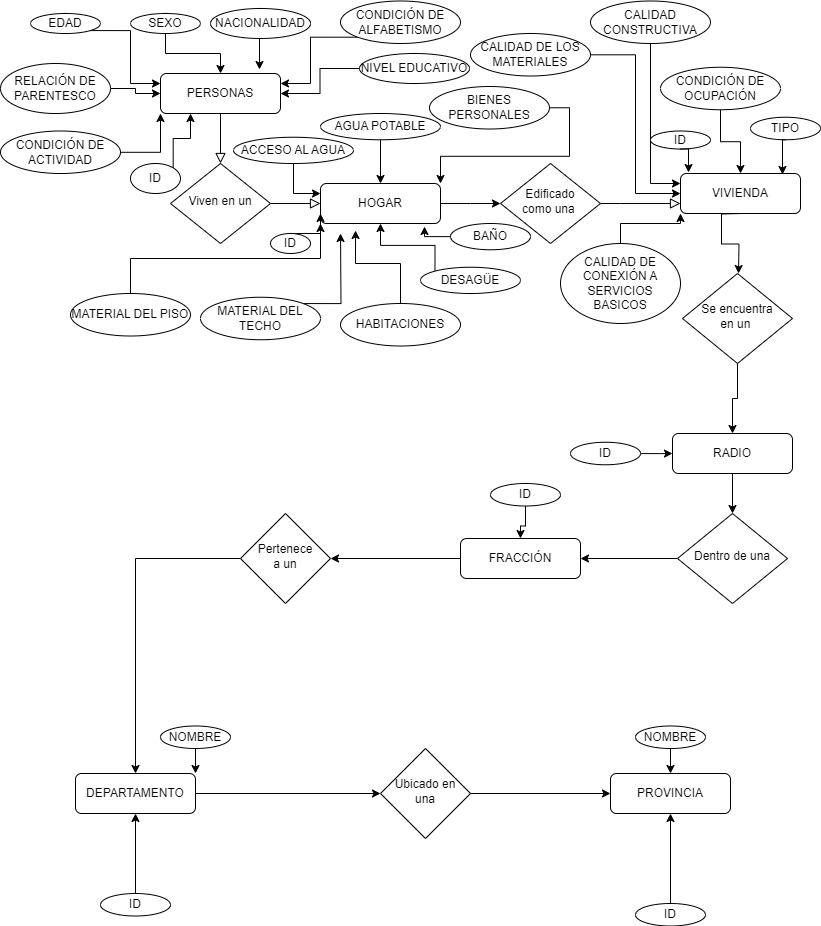
Above: Diagrama Entidad-Relación 2.drawio.png in GuidoLagana/TRABAJOMET4OP (draw.io), before the change. Source tidied: cells renumbered, new cells last; positions are measured from the earlier drawing's top-left corner, leaving out a move shared by most shapes.
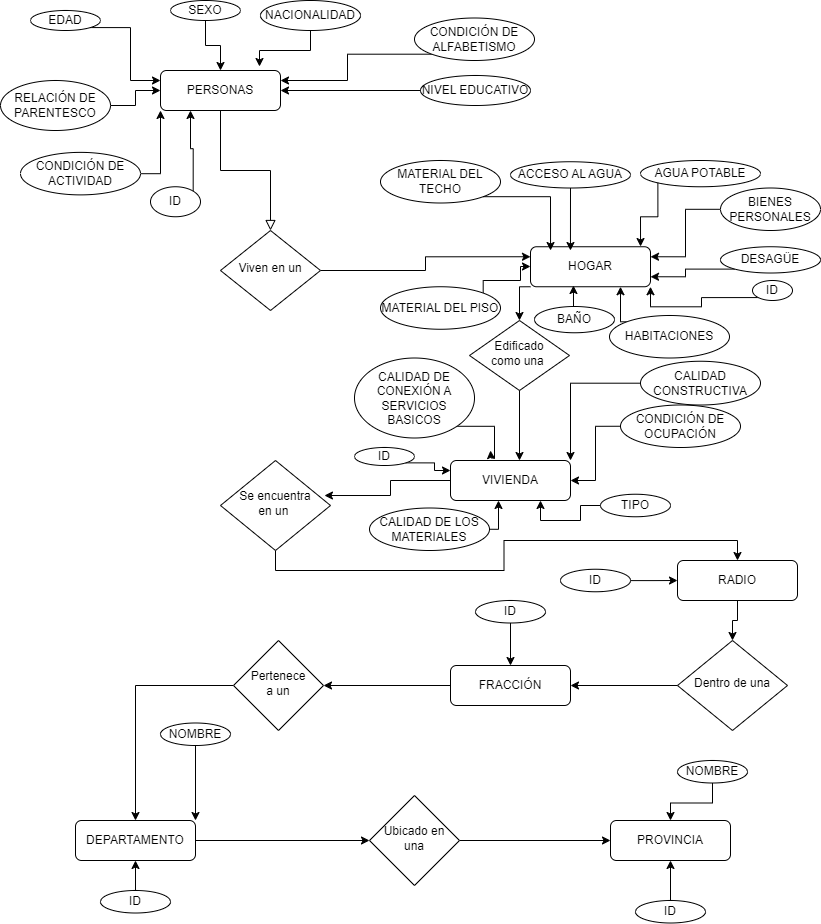
The same diagram one commit later.

What changed in the source:
```diff
@@ -10,35 +10,19 @@
     </mxCell>
-    <mxCell id="4" style="edgeStyle=orthogonalEdgeStyle;rounded=0;html=1;jettySize=auto;fontSize=11;endArrow=block;endFill=0;endSize=8;strokeWidth=1;shadow=0;labelBackgroundColor=none;" parent="1" edge="1" source="5" target="7">
-      <mxGeometry x="0.2" y="40" relative="1" as="geometry" />
+    <mxCell id="4" style="edgeStyle=orthogonalEdgeStyle;rounded=0;jettySize=auto;html=1;exitX=1;exitY=0.5;exitDx=0;exitDy=0;entryX=0;entryY=0.25;entryDx=0;entryDy=0;" parent="1" edge="1" source="5" target="7">
+      <mxGeometry relative="1" as="geometry" />
     </mxCell>
     <mxCell id="5" value="Viven en un" style="rhombus;whiteSpace=wrap;html=1;shadow=0;fontFamily=Helvetica;fontSize=12;align=center;strokeWidth=1;spacing=6;spacingTop=-4;" parent="1" vertex="1">
-      <mxGeometry x="170" y="162" width="100" height="80" as="geometry" />
+      <mxGeometry x="220" y="232" width="100" height="80" as="geometry" />
     </mxCell>
-    <mxCell id="6" style="edgeStyle=orthogonalEdgeStyle;rounded=0;jettySize=auto;html=1;exitX=1;exitY=0.5;exitDx=0;exitDy=0;" parent="1" edge="1" source="7">
-      <mxGeometry relative="1" as="geometry">
-        <mxPoint x="500" y="202" as="targetPoint" />
-      </mxGeometry>
-    </mxCell>
+    <mxCell id="85" style="edgeStyle=orthogonalEdgeStyle;rounded=0;jettySize=auto;html=1;exitX=0;exitY=1;exitDx=0;exitDy=0;entryX=0.5;entryY=0;entryDx=0;entryDy=0;" parent="1" edge="1" source="7" target="9">
+      <mxGeometry relative="1" as="geometry" />
+    </mxCell>
     <mxCell id="7" value="HOGAR" style="rounded=1;whiteSpace=wrap;html=1;fontSize=12;glass=0;strokeWidth=1;shadow=0;" parent="1" vertex="1">
-      <mxGeometry x="320" y="182" width="120" height="40" as="geometry" />
+      <mxGeometry x="530" y="248.2" width="120" height="40" as="geometry" />
     </mxCell>
-    <mxCell id="8" style="edgeStyle=orthogonalEdgeStyle;rounded=0;html=1;jettySize=auto;fontSize=11;endArrow=block;endFill=0;endSize=8;strokeWidth=1;shadow=0;labelBackgroundColor=none;" parent="1" edge="1" source="9" target="11">
-      <mxGeometry y="10" relative="1" as="geometry">
-        <Array as="points">
-          <mxPoint x="620" y="202" />
-          <mxPoint x="620" y="202" />
-        </Array>
-      </mxGeometry>
-    </mxCell>
     <mxCell id="9" value="&lt;font style=&quot;font-size: 12px;&quot;&gt;Edificado &lt;br&gt;como una&amp;nbsp;&lt;/font&gt;" style="rhombus;whiteSpace=wrap;html=1;shadow=0;fontFamily=Helvetica;fontSize=12;align=center;strokeWidth=1;spacing=6;spacingTop=-4;" parent="1" vertex="1">
-      <mxGeometry x="500" y="162" width="100" height="80" as="geometry" />
+      <mxGeometry x="469" y="322" width="100" height="70" as="geometry" />
     </mxCell>
-    <mxCell id="10" style="edgeStyle=orthogonalEdgeStyle;rounded=0;orthogonalLoop=1;jettySize=auto;html=1;exitX=0.5;exitY=1;exitDx=0;exitDy=0;" parent="1" edge="1">
-      <mxGeometry relative="1" as="geometry">
-        <mxPoint x="741" y="212" as="sourcePoint" />
-        <mxPoint x="738" y="272" as="targetPoint" />
-      </mxGeometry>
-    </mxCell>
     <mxCell id="11" value="VIVIENDA" style="rounded=1;whiteSpace=wrap;html=1;fontSize=12;glass=0;strokeWidth=1;shadow=0;" parent="1" vertex="1">
-      <mxGeometry x="680" y="172" width="120" height="40" as="geometry" />
+      <mxGeometry x="450" y="462" width="120" height="40" as="geometry" />
     </mxCell>
@@ -48,3 +32,3 @@
     <mxCell id="13" value="Se encuentra &lt;br&gt;en un&amp;nbsp;" style="rhombus;whiteSpace=wrap;html=1;shadow=0;fontFamily=Helvetica;fontSize=12;align=center;strokeWidth=1;spacing=6;spacingTop=-4;" parent="1" vertex="1">
-      <mxGeometry x="682" y="272" width="110" height="90" as="geometry" />
+      <mxGeometry x="220" y="462" width="110" height="90" as="geometry" />
     </mxCell>
@@ -54,3 +38,3 @@
     <mxCell id="15" value="RADIO" style="rounded=1;whiteSpace=wrap;html=1;fontSize=12;glass=0;strokeWidth=1;shadow=0;" parent="1" vertex="1">
-      <mxGeometry x="672" y="432" width="120" height="40" as="geometry" />
+      <mxGeometry x="677" y="562" width="120" height="40" as="geometry" />
     </mxCell>
@@ -60,3 +44,3 @@
     <mxCell id="17" value="Dentro de una" style="rhombus;whiteSpace=wrap;html=1;shadow=0;fontFamily=Helvetica;fontSize=12;align=center;strokeWidth=1;spacing=6;spacingTop=-4;" parent="1" vertex="1">
-      <mxGeometry x="677" y="512" width="110" height="90" as="geometry" />
+      <mxGeometry x="677" y="642" width="110" height="90" as="geometry" />
     </mxCell>
@@ -66,3 +50,3 @@
     <mxCell id="19" value="FRACCIÓN" style="rounded=1;whiteSpace=wrap;html=1;fontSize=12;glass=0;strokeWidth=1;shadow=0;" parent="1" vertex="1">
-      <mxGeometry x="460" y="537" width="120" height="40" as="geometry" />
+      <mxGeometry x="450" y="667" width="120" height="40" as="geometry" />
     </mxCell>
@@ -72,3 +56,3 @@
     <mxCell id="21" value="Pertenece&lt;br&gt;a un" style="rhombus;whiteSpace=wrap;html=1;shadow=0;fontFamily=Helvetica;fontSize=12;align=center;strokeWidth=1;spacing=6;spacingTop=-4;" parent="1" vertex="1">
-      <mxGeometry x="240" y="512" width="90" height="90" as="geometry" />
+      <mxGeometry x="233" y="642" width="90" height="90" as="geometry" />
     </mxCell>
@@ -78,3 +62,3 @@
     <mxCell id="23" value="DEPARTAMENTO" style="rounded=1;whiteSpace=wrap;html=1;fontSize=12;glass=0;strokeWidth=1;shadow=0;" parent="1" vertex="1">
-      <mxGeometry x="75" y="772" width="120" height="40" as="geometry" />
+      <mxGeometry x="75" y="822" width="120" height="40" as="geometry" />
     </mxCell>
@@ -84,6 +68,6 @@
     <mxCell id="25" value="Ubicado en una" style="rhombus;whiteSpace=wrap;html=1;shadow=0;fontFamily=Helvetica;fontSize=12;align=center;strokeWidth=1;spacing=6;spacingTop=-4;" parent="1" vertex="1">
-      <mxGeometry x="380" y="747" width="90" height="90" as="geometry" />
+      <mxGeometry x="369" y="797" width="90" height="90" as="geometry" />
     </mxCell>
     <mxCell id="26" value="PROVINCIA" style="rounded=1;whiteSpace=wrap;html=1;fontSize=12;glass=0;strokeWidth=1;shadow=0;" parent="1" vertex="1">
-      <mxGeometry x="610" y="772" width="120" height="40" as="geometry" />
+      <mxGeometry x="610" y="822" width="120" height="40" as="geometry" />
     </mxCell>
@@ -99,3 +83,3 @@
     <mxCell id="30" value="SEXO" style="ellipse;whiteSpace=wrap;html=1;" parent="1" vertex="1">
-      <mxGeometry x="130" y="12" width="70" height="20" as="geometry" />
+      <mxGeometry x="170" y="2" width="70" height="20" as="geometry" />
     </mxCell>
@@ -105,6 +89,6 @@
     <mxCell id="32" value="RELACIÓN DE PARENTESCO" style="ellipse;whiteSpace=wrap;html=1;" parent="1" vertex="1">
-      <mxGeometry y="62" width="110" height="50" as="geometry" />
+      <mxGeometry y="82" width="110" height="50" as="geometry" />
     </mxCell>
     <mxCell id="33" value="NACIONALIDAD" style="ellipse;whiteSpace=wrap;html=1;" parent="1" vertex="1">
-      <mxGeometry x="210" y="7" width="100" height="30" as="geometry" />
+      <mxGeometry x="260" y="2" width="100" height="30" as="geometry" />
     </mxCell>
@@ -114,3 +98,3 @@
     <mxCell id="35" value="CONDICIÓN DE ALFABETISMO" style="ellipse;whiteSpace=wrap;html=1;" parent="1" vertex="1">
-      <mxGeometry x="340" y="-0.5" width="120" height="42.5" as="geometry" />
+      <mxGeometry x="414" y="19.5" width="120" height="42.5" as="geometry" />
     </mxCell>
@@ -123,3 +107,3 @@
     <mxCell id="38" value="NIVEL EDUCATIVO" style="ellipse;whiteSpace=wrap;html=1;" parent="1" vertex="1">
-      <mxGeometry x="359" y="52" width="110" height="30" as="geometry" />
+      <mxGeometry x="420" y="77" width="110" height="30" as="geometry" />
     </mxCell>
@@ -129,34 +113,29 @@
     <mxCell id="40" value="CONDICIÓN DE ACTIVIDAD" style="ellipse;whiteSpace=wrap;html=1;" parent="1" vertex="1">
-      <mxGeometry y="129.5" width="120" height="42.5" as="geometry" />
+      <mxGeometry x="20" y="153.9" width="120" height="42.5" as="geometry" />
     </mxCell>
-    <mxCell id="41" style="edgeStyle=orthogonalEdgeStyle;rounded=0;jettySize=auto;html=1;exitX=0.5;exitY=0;exitDx=0;exitDy=0;entryX=0;entryY=1;entryDx=0;entryDy=0;" parent="1" edge="1" source="42" target="7">
-      <mxGeometry relative="1" as="geometry" />
+    <mxCell id="41" style="edgeStyle=orthogonalEdgeStyle;rounded=0;jettySize=auto;html=1;exitX=1;exitY=0;exitDx=0;exitDy=0;" parent="1" edge="1" source="42" target="7">
+      <mxGeometry relative="1" as="geometry">
+        <Array as="points">
+          <mxPoint x="483" y="282" />
+          <mxPoint x="520" y="282" />
+          <mxPoint x="520" y="268" />
+        </Array>
+      </mxGeometry>
     </mxCell>
     <mxCell id="42" value="MATERIAL DEL PISO" style="ellipse;whiteSpace=wrap;html=1;" parent="1" vertex="1">
-      <mxGeometry x="70" y="292" width="120" height="42.5" as="geometry" />
+      <mxGeometry x="380" y="288.2" width="120" height="42.5" as="geometry" />
     </mxCell>
-    <mxCell id="43" style="edgeStyle=orthogonalEdgeStyle;rounded=0;jettySize=auto;html=1;exitX=1;exitY=0;exitDx=0;exitDy=0;" parent="1" edge="1" source="44">
-      <mxGeometry relative="1" as="geometry">
-        <mxPoint x="340" y="232" as="targetPoint" />
-      </mxGeometry>
-    </mxCell>
     <mxCell id="44" value="MATERIAL DEL TECHO" style="ellipse;whiteSpace=wrap;html=1;" parent="1" vertex="1">
-      <mxGeometry x="200" y="295.8" width="120" height="42.5" as="geometry" />
+      <mxGeometry x="380" y="162" width="120" height="42.5" as="geometry" />
     </mxCell>
-    <mxCell id="45" style="edgeStyle=orthogonalEdgeStyle;rounded=0;jettySize=auto;html=1;exitX=0.5;exitY=1;exitDx=0;exitDy=0;entryX=0;entryY=0.25;entryDx=0;entryDy=0;" parent="1" edge="1" source="46" target="7">
-      <mxGeometry relative="1" as="geometry" />
-    </mxCell>
     <mxCell id="46" value="ACCESO AL AGUA" style="ellipse;whiteSpace=wrap;html=1;" parent="1" vertex="1">
-      <mxGeometry x="233" y="135.8" width="120" height="26.2" as="geometry" />
+      <mxGeometry x="510" y="163.2" width="120" height="26.2" as="geometry" />
     </mxCell>
-    <mxCell id="47" style="edgeStyle=orthogonalEdgeStyle;rounded=0;jettySize=auto;html=1;" parent="1" edge="1" source="48" target="7">
-      <mxGeometry relative="1" as="geometry" />
-    </mxCell>
     <mxCell id="48" value="AGUA POTABLE" style="ellipse;whiteSpace=wrap;html=1;" parent="1" vertex="1">
-      <mxGeometry x="320" y="112" width="120" height="26.2" as="geometry" />
+      <mxGeometry x="640" y="162" width="120" height="26.2" as="geometry" />
     </mxCell>
     <mxCell id="49" value="BAÑO" style="ellipse;whiteSpace=wrap;html=1;" parent="1" vertex="1">
-      <mxGeometry x="450" y="222" width="80" height="26.2" as="geometry" />
+      <mxGeometry x="534" y="308" width="80" height="26.2" as="geometry" />
     </mxCell>
-    <mxCell id="50" style="edgeStyle=orthogonalEdgeStyle;rounded=0;jettySize=auto;html=1;exitX=0;exitY=0;exitDx=0;exitDy=0;entryX=0.5;entryY=1;entryDx=0;entryDy=0;" parent="1" edge="1" source="51" target="7">
+    <mxCell id="50" style="edgeStyle=orthogonalEdgeStyle;rounded=0;jettySize=auto;html=1;exitX=0;exitY=1;exitDx=0;exitDy=0;entryX=1;entryY=0.75;entryDx=0;entryDy=0;" parent="1" edge="1" source="51" target="7">
       <mxGeometry relative="1" as="geometry" />
@@ -164,14 +143,11 @@
     <mxCell id="51" value="DESAGÜE" style="ellipse;whiteSpace=wrap;html=1;" parent="1" vertex="1">
-      <mxGeometry x="420" y="265.8" width="100" height="26.2" as="geometry" />
+      <mxGeometry x="720" y="248.2" width="100" height="26.2" as="geometry" />
     </mxCell>
+    <mxCell id="53" style="edgeStyle=orthogonalEdgeStyle;rounded=0;jettySize=auto;html=1;exitX=0;exitY=0;exitDx=0;exitDy=0;entryX=0.75;entryY=1;entryDx=0;entryDy=0;" parent="1" edge="1" source="52" target="7">
+      <mxGeometry relative="1" as="geometry" />
+    </mxCell>
     <mxCell id="52" value="HABITACIONES" style="ellipse;whiteSpace=wrap;html=1;" parent="1" vertex="1">
-      <mxGeometry x="340" y="302" width="120" height="42.5" as="geometry" />
+      <mxGeometry x="609" y="317" width="120" height="42.5" as="geometry" />
     </mxCell>
-    <mxCell id="53" style="edgeStyle=orthogonalEdgeStyle;rounded=0;jettySize=auto;html=1;exitX=0.5;exitY=0;exitDx=0;exitDy=0;entryX=0.292;entryY=1.175;entryDx=0;entryDy=0;entryPerimeter=0;" parent="1" edge="1" source="52" target="7">
-      <mxGeometry relative="1" as="geometry" />
-    </mxCell>
-    <mxCell id="54" style="edgeStyle=orthogonalEdgeStyle;rounded=0;jettySize=auto;html=1;exitX=0;exitY=0.5;exitDx=0;exitDy=0;entryX=0.867;entryY=1.075;entryDx=0;entryDy=0;entryPerimeter=0;" parent="1" edge="1" source="49" target="7">
-      <mxGeometry relative="1" as="geometry" />
-    </mxCell>
-    <mxCell id="55" style="edgeStyle=orthogonalEdgeStyle;rounded=0;jettySize=auto;html=1;exitX=1;exitY=0.5;exitDx=0;exitDy=0;entryX=1;entryY=0;entryDx=0;entryDy=0;" parent="1" edge="1" source="56" target="7">
+    <mxCell id="55" style="edgeStyle=orthogonalEdgeStyle;rounded=0;jettySize=auto;html=1;entryX=1;entryY=0.25;entryDx=0;entryDy=0;" parent="1" edge="1" source="56" target="7">
       <mxGeometry relative="1" as="geometry" />
@@ -179,11 +155,8 @@
     <mxCell id="56" value="BIENES PERSONALES" style="ellipse;whiteSpace=wrap;html=1;" parent="1" vertex="1">
-      <mxGeometry x="429" y="85" width="120" height="42.5" as="geometry" />
+      <mxGeometry x="720" y="189.5" width="100" height="42.5" as="geometry" />
     </mxCell>
-    <mxCell id="57" style="edgeStyle=orthogonalEdgeStyle;rounded=0;jettySize=auto;html=1;entryX=0;entryY=0.5;entryDx=0;entryDy=0;" parent="1" edge="1" source="58" target="11">
-      <mxGeometry relative="1" as="geometry" />
-    </mxCell>
     <mxCell id="58" value="CALIDAD DE LOS MATERIALES" style="ellipse;whiteSpace=wrap;html=1;" parent="1" vertex="1">
-      <mxGeometry x="470" y="32" width="120" height="42.5" as="geometry" />
+      <mxGeometry x="369" y="509.5" width="120" height="42.5" as="geometry" />
     </mxCell>
-    <mxCell id="59" style="edgeStyle=orthogonalEdgeStyle;rounded=0;jettySize=auto;html=1;" parent="1" edge="1" source="60" target="11">
+    <mxCell id="59" style="edgeStyle=orthogonalEdgeStyle;rounded=0;jettySize=auto;html=1;exitX=0;exitY=0.5;exitDx=0;exitDy=0;entryX=1;entryY=0.5;entryDx=0;entryDy=0;" parent="1" edge="1" source="60" target="11">
       <mxGeometry relative="1" as="geometry" />
@@ -191,11 +164,13 @@
     <mxCell id="60" value="CONDICIÓN DE OCUPACIÓN" style="ellipse;whiteSpace=wrap;html=1;" parent="1" vertex="1">
-      <mxGeometry x="660" y="65.8" width="120" height="42.5" as="geometry" />
+      <mxGeometry x="620" y="406.5" width="120" height="42.5" as="geometry" />
     </mxCell>
-    <mxCell id="61" style="edgeStyle=orthogonalEdgeStyle;rounded=0;jettySize=auto;html=1;entryX=0;entryY=1;entryDx=0;entryDy=0;" parent="1" edge="1" source="62" target="11">
-      <mxGeometry relative="1" as="geometry" />
-    </mxCell>
+    <mxCell id="86" style="edgeStyle=orthogonalEdgeStyle;rounded=0;jettySize=auto;html=1;exitX=1;exitY=1;exitDx=0;exitDy=0;" parent="1" edge="1" source="62">
+      <mxGeometry relative="1" as="geometry">
+        <mxPoint x="490" y="452" as="targetPoint" />
+      </mxGeometry>
+    </mxCell>
     <mxCell id="62" value="CALIDAD DE CONEXIÓN A SERVICIOS BASICOS" style="ellipse;whiteSpace=wrap;html=1;" parent="1" vertex="1">
-      <mxGeometry x="560" y="242" width="120" height="80" as="geometry" />
+      <mxGeometry x="354" y="359.5" width="120" height="80" as="geometry" />
     </mxCell>
-    <mxCell id="63" style="edgeStyle=orthogonalEdgeStyle;rounded=0;jettySize=auto;html=1;entryX=0;entryY=0.25;entryDx=0;entryDy=0;" parent="1" edge="1" source="64" target="11">
+    <mxCell id="63" style="edgeStyle=orthogonalEdgeStyle;rounded=0;jettySize=auto;html=1;entryX=1;entryY=0;entryDx=0;entryDy=0;" parent="1" edge="1" source="64" target="11">
       <mxGeometry relative="1" as="geometry" />
@@ -203,10 +178,10 @@
     <mxCell id="64" value="CALIDAD CONSTRUCTIVA" style="ellipse;whiteSpace=wrap;html=1;" parent="1" vertex="1">
-      <mxGeometry x="590" y="-0.5" width="120" height="42.5" as="geometry" />
+      <mxGeometry x="640" y="362.8" width="120" height="43.8" as="geometry" />
     </mxCell>
+    <mxCell id="66" style="edgeStyle=orthogonalEdgeStyle;rounded=0;jettySize=auto;html=1;exitX=0;exitY=0.5;exitDx=0;exitDy=0;entryX=0.75;entryY=1;entryDx=0;entryDy=0;" parent="1" edge="1" source="65" target="11">
+      <mxGeometry relative="1" as="geometry" />
+    </mxCell>
     <mxCell id="65" value="TIPO" style="ellipse;whiteSpace=wrap;html=1;" parent="1" vertex="1">
-      <mxGeometry x="750" y="115.8" width="70" height="22.5" as="geometry" />
+      <mxGeometry x="600" y="495.8" width="70" height="22.5" as="geometry" />
     </mxCell>
-    <mxCell id="66" style="edgeStyle=orthogonalEdgeStyle;rounded=0;jettySize=auto;html=1;exitX=0.5;exitY=1;exitDx=0;exitDy=0;entryX=0.85;entryY=0.025;entryDx=0;entryDy=0;entryPerimeter=0;" parent="1" edge="1" source="65" target="11">
-      <mxGeometry relative="1" as="geometry" />
-    </mxCell>
     <mxCell id="67" style="edgeStyle=orthogonalEdgeStyle;rounded=0;jettySize=auto;html=1;" parent="1" edge="1" source="68" target="15">
@@ -215,3 +190,3 @@
     <mxCell id="68" value="ID" style="ellipse;whiteSpace=wrap;html=1;" parent="1" vertex="1">
-      <mxGeometry x="570" y="440.8" width="70" height="22.5" as="geometry" />
+      <mxGeometry x="560" y="570.8" width="70" height="22.5" as="geometry" />
     </mxCell>
@@ -221,3 +196,3 @@
     <mxCell id="70" value="ID" style="ellipse;whiteSpace=wrap;html=1;" parent="1" vertex="1">
-      <mxGeometry x="490" y="482" width="70" height="22.5" as="geometry" />
+      <mxGeometry x="475" y="602" width="70" height="22.5" as="geometry" />
     </mxCell>
@@ -227,11 +202,11 @@
     <mxCell id="72" value="ID" style="ellipse;whiteSpace=wrap;html=1;" parent="1" vertex="1">
-      <mxGeometry x="130" y="162" width="50" height="30" as="geometry" />
+      <mxGeometry x="150" y="188.2" width="50" height="30" as="geometry" />
     </mxCell>
+    <mxCell id="74" style="edgeStyle=orthogonalEdgeStyle;rounded=0;jettySize=auto;html=1;exitX=1;exitY=1;exitDx=0;exitDy=0;entryX=0;entryY=0.25;entryDx=0;entryDy=0;" parent="1" edge="1" source="73" target="11">
+      <mxGeometry relative="1" as="geometry" />
+    </mxCell>
     <mxCell id="73" value="ID" style="ellipse;whiteSpace=wrap;html=1;" parent="1" vertex="1">
-      <mxGeometry x="650" y="129.5" width="60" height="18" as="geometry" />
+      <mxGeometry x="354" y="449" width="60" height="18" as="geometry" />
     </mxCell>
-    <mxCell id="74" style="edgeStyle=orthogonalEdgeStyle;rounded=0;jettySize=auto;html=1;exitX=0.5;exitY=1;exitDx=0;exitDy=0;entryX=0.067;entryY=-0.025;entryDx=0;entryDy=0;entryPerimeter=0;" parent="1" edge="1" source="73" target="11">
-      <mxGeometry relative="1" as="geometry" />
-    </mxCell>
-    <mxCell id="75" style="edgeStyle=orthogonalEdgeStyle;rounded=0;jettySize=auto;html=1;exitX=0.5;exitY=0;exitDx=0;exitDy=0;entryX=0;entryY=0.75;entryDx=0;entryDy=0;" parent="1" edge="1" source="76" target="7">
+    <mxCell id="75" style="edgeStyle=orthogonalEdgeStyle;rounded=0;jettySize=auto;html=1;exitX=0;exitY=1;exitDx=0;exitDy=0;entryX=1;entryY=1;entryDx=0;entryDy=0;" parent="1" edge="1" source="76" target="7">
       <mxGeometry relative="1" as="geometry" />
@@ -239,3 +214,3 @@
     <mxCell id="76" value="ID" style="ellipse;whiteSpace=wrap;html=1;" parent="1" vertex="1">
-      <mxGeometry x="270" y="232" width="40" height="20" as="geometry" />
+      <mxGeometry x="752" y="282" width="40" height="20" as="geometry" />
     </mxCell>
@@ -257,3 +232,3 @@
     <mxCell id="82" value="NOMBRE" style="ellipse;whiteSpace=wrap;html=1;" parent="1" vertex="1">
-      <mxGeometry x="635" y="724.5" width="70" height="22.5" as="geometry" />
+      <mxGeometry x="677" y="762" width="70" height="22.5" as="geometry" />
     </mxCell>
@@ -265,2 +240,23 @@
     </mxCell>
+    <mxCell id="87" style="edgeStyle=orthogonalEdgeStyle;rounded=0;jettySize=auto;html=1;entryX=0.945;entryY=0.389;entryDx=0;entryDy=0;entryPerimeter=0;" parent="1" edge="1" source="11" target="13">
+      <mxGeometry relative="1" as="geometry" />
+    </mxCell>
+    <mxCell id="57" style="edgeStyle=orthogonalEdgeStyle;rounded=0;jettySize=auto;html=1;exitX=1;exitY=0.5;exitDx=0;exitDy=0;entryX=0.4;entryY=1;entryDx=0;entryDy=0;entryPerimeter=0;" parent="1" edge="1" source="58" target="11">
+      <mxGeometry relative="1" as="geometry" />
+    </mxCell>
+    <mxCell id="8" style="edgeStyle=orthogonalEdgeStyle;rounded=0;jettySize=auto;html=1;entryX=0.575;entryY=0;entryDx=0;entryDy=0;entryPerimeter=0;" parent="1" edge="1" source="9" target="11">
+      <mxGeometry relative="1" as="geometry" />
+    </mxCell>
+    <mxCell id="54" style="edgeStyle=orthogonalEdgeStyle;rounded=0;jettySize=auto;html=1;exitX=0.5;exitY=0;exitDx=0;exitDy=0;entryX=0.358;entryY=0.969;entryDx=0;entryDy=0;entryPerimeter=0;" parent="1" edge="1" source="49" target="7">
+      <mxGeometry relative="1" as="geometry" />
+    </mxCell>
+    <mxCell id="47" style="edgeStyle=orthogonalEdgeStyle;rounded=0;jettySize=auto;html=1;exitX=0;exitY=1;exitDx=0;exitDy=0;entryX=0.917;entryY=-0.006;entryDx=0;entryDy=0;entryPerimeter=0;" parent="1" edge="1" source="48" target="7">
+      <mxGeometry relative="1" as="geometry" />
+    </mxCell>
+    <mxCell id="45" style="edgeStyle=orthogonalEdgeStyle;rounded=0;jettySize=auto;html=1;exitX=0.5;exitY=1;exitDx=0;exitDy=0;entryX=0.333;entryY=0.094;entryDx=0;entryDy=0;entryPerimeter=0;" parent="1" edge="1" source="46" target="7">
+      <mxGeometry relative="1" as="geometry" />
+    </mxCell>
+    <mxCell id="88" style="edgeStyle=orthogonalEdgeStyle;rounded=0;jettySize=auto;html=1;exitX=1;exitY=1;exitDx=0;exitDy=0;entryX=0.167;entryY=0.094;entryDx=0;entryDy=0;entryPerimeter=0;" parent="1" edge="1" source="44" target="7">
+      <mxGeometry relative="1" as="geometry" />
+    </mxCell>
   </root>
```
